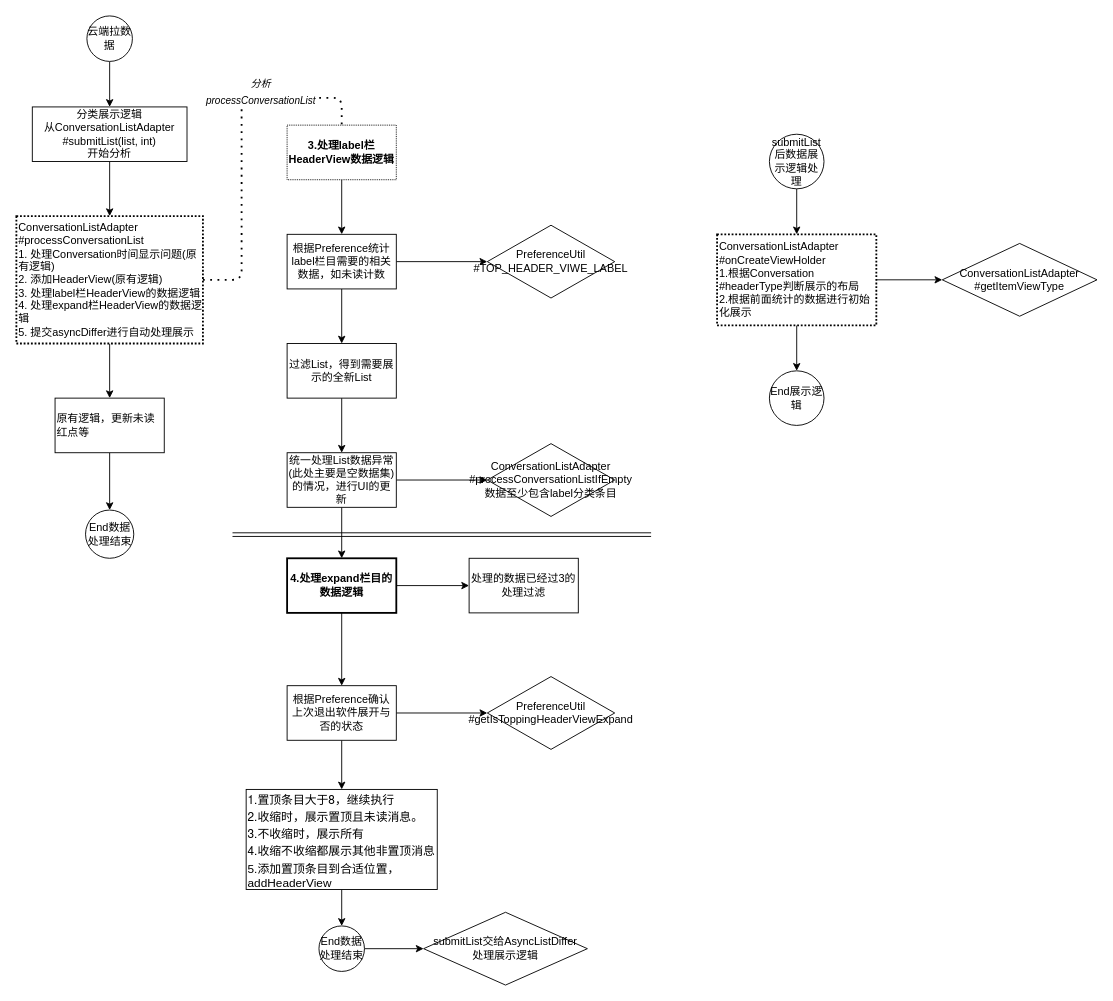
The draw.io diagram 消息界面流程图.drawio in baizhu0414/Diagrams, before the edit. Source tidied: cells renumbered, new cells numbered last; positions are measured from the earlier drawing's top-left corner, leaving out a move shared by most shapes. Both pictures are drawn from the tidied source at 91%, with x=0, y=0 at pixel (15, 15).
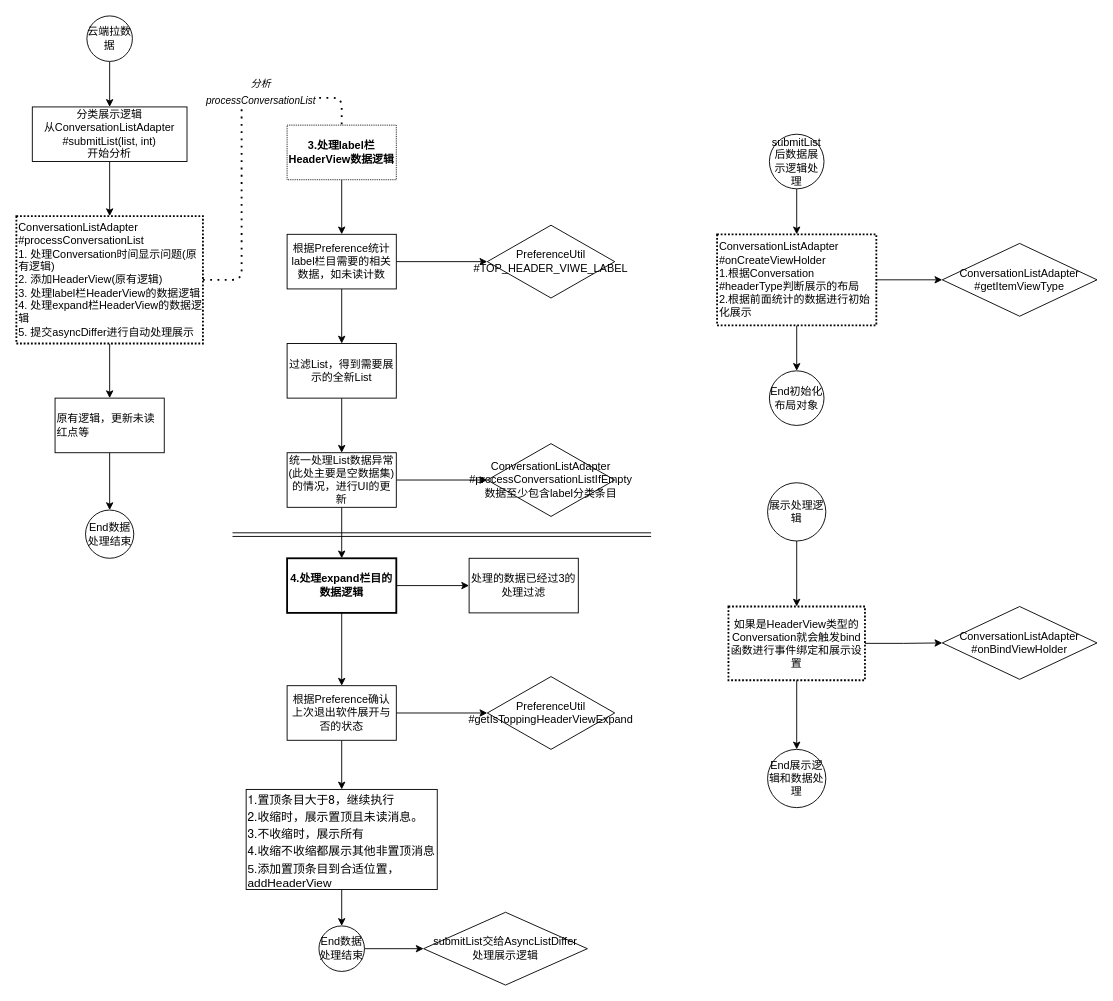
The same page after the edit.

Commit message:
211020-处理展示逻辑和各种回调事件

Change to the diagram source:
```diff
@@
-    <mxCell id="45" value="End展示逻辑" style="ellipse;whiteSpace=wrap;html=1;fontSize=12;strokeWidth=1;align=center;verticalAlign=middle;" parent="1" vertex="1">
+    <mxCell id="45" value="End初始化布局对象" style="ellipse;whiteSpace=wrap;html=1;fontSize=12;strokeWidth=1;align=center;verticalAlign=middle;" parent="1" vertex="1">
       <mxGeometry x="828" y="390" width="60" height="60" as="geometry" />
     </mxCell>
+    <mxCell id="46" style="edgeStyle=orthogonalEdgeStyle;rounded=0;jettySize=auto;html=1;labelBackgroundColor=#000000;fontSize=12;strokeWidth=1;" parent="1" edge="1" source="47" target="50">
+      <mxGeometry relative="1" as="geometry" />
+    </mxCell>
+    <mxCell id="47" value="展示处理逻辑" style="ellipse;whiteSpace=wrap;html=1;fontSize=12;strokeWidth=1;align=center;verticalAlign=middle;" parent="1" vertex="1">
+      <mxGeometry x="826" y="513" width="64" height="64" as="geometry" />
+    </mxCell>
+    <mxCell id="48" style="edgeStyle=orthogonalEdgeStyle;rounded=0;jettySize=auto;html=1;labelBackgroundColor=#000000;fontSize=12;strokeWidth=1;" parent="1" edge="1" source="50" target="51">
+      <mxGeometry relative="1" as="geometry" />
+    </mxCell>
+    <mxCell id="49" style="edgeStyle=orthogonalEdgeStyle;rounded=0;jettySize=auto;html=1;exitX=0.5;exitY=1;exitDx=0;exitDy=0;entryX=0.5;entryY=0;entryDx=0;entryDy=0;labelBackgroundColor=#000000;fontSize=12;strokeWidth=1;" parent="1" edge="1" source="50" target="52">
+      <mxGeometry relative="1" as="geometry" />
+    </mxCell>
+    <mxCell id="50" value="如果是HeaderView类型的Conversation就会触发bind函数进行事件绑定和展示设置" style="whiteSpace=wrap;html=1;strokeWidth=2;dashed=1;dashPattern=1 1;" parent="1" vertex="1">
+      <mxGeometry x="783" y="649" width="150" height="81" as="geometry" />
+    </mxCell>
+    <mxCell id="51" value="ConversationListAdapter&lt;br&gt;#onBindViewHolder" style="rhombus;whiteSpace=wrap;html=1;strokeWidth=1;" parent="1" vertex="1">
+      <mxGeometry x="1018" y="649" width="170" height="80" as="geometry" />
+    </mxCell>
+    <mxCell id="52" value="End展示逻辑和数据处理" style="ellipse;whiteSpace=wrap;html=1;fontSize=12;strokeWidth=1;align=center;verticalAlign=middle;" parent="1" vertex="1">
+      <mxGeometry x="826" y="806" width="64" height="64" as="geometry" />
+    </mxCell>
```
